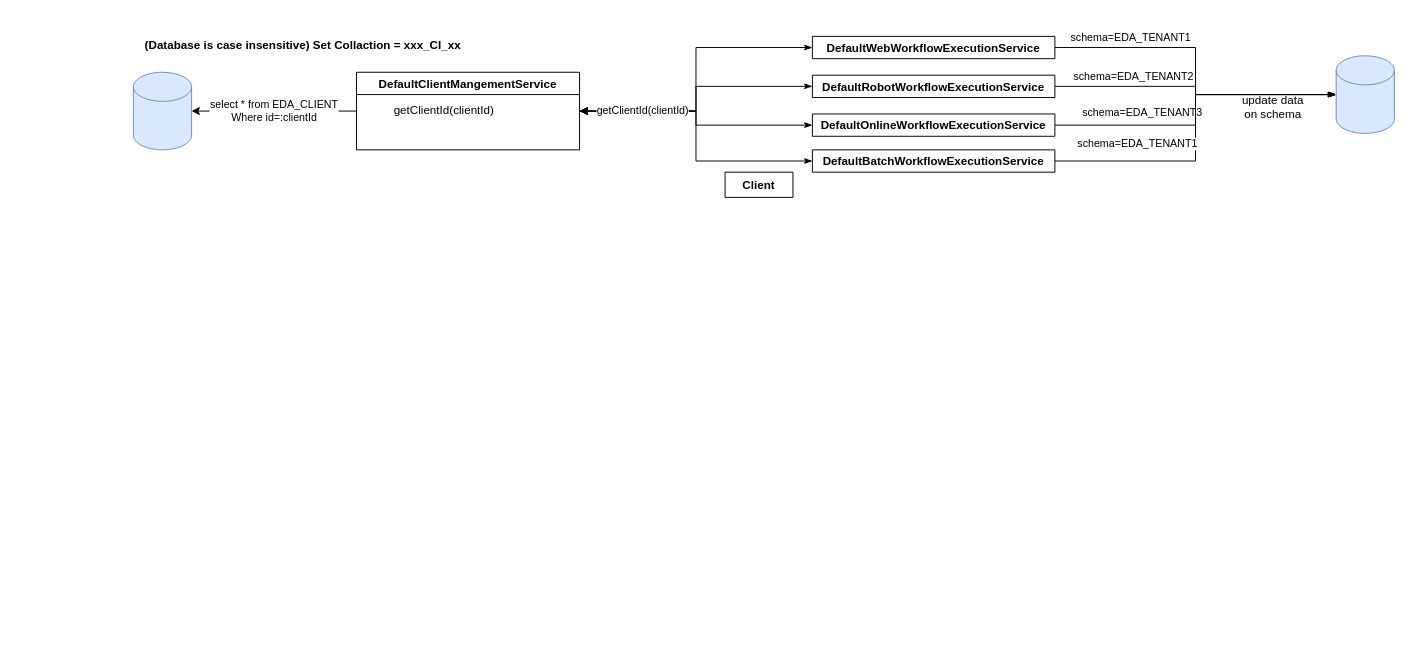
Before: BPS-Client-ID-Usage.drawio in cjjian/Diagram, a draw.io diagram. Source tidied: cells renumbered, new cells numbered last; positions are measured from the earlier drawing's top-left corner, leaving out a move shared by most shapes. Both pictures are drawn from the tidied source at 97%, with x=0, y=0 at pixel (133, 36).
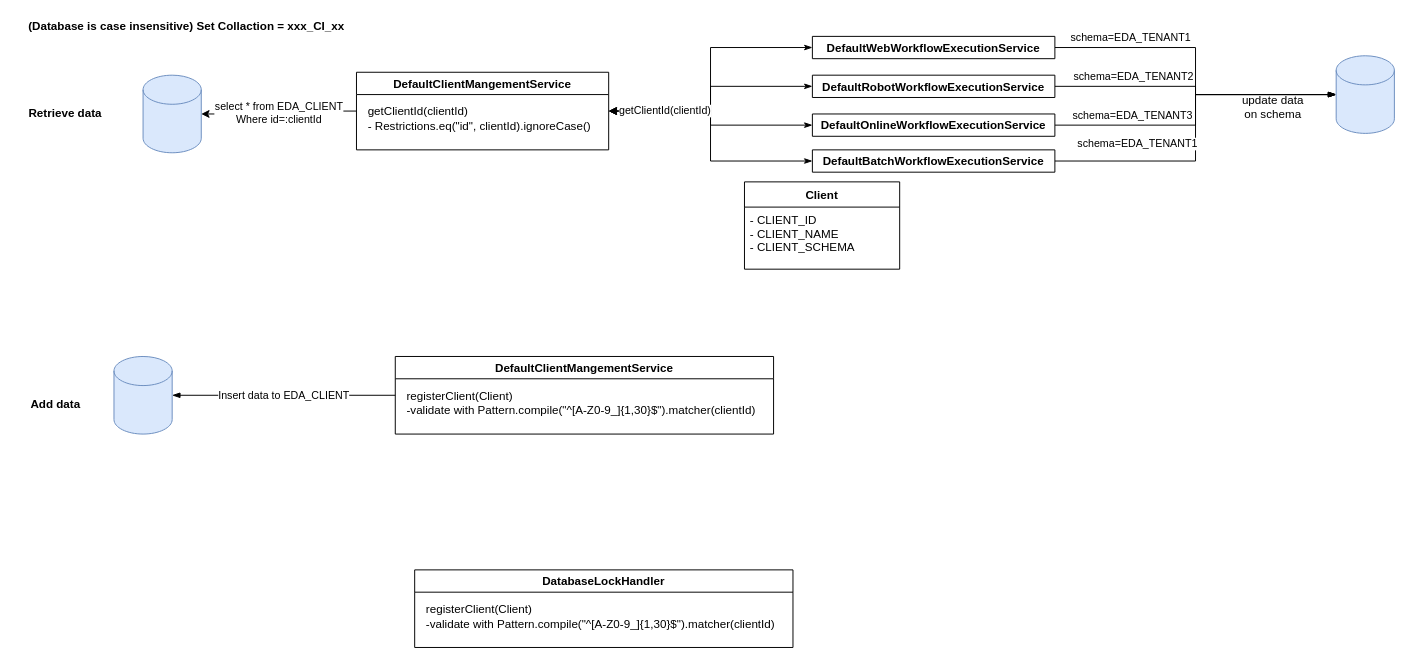
After the change.

The change refers to these unchanged cells:
```xml
<mxCell id="13" value="DefaultOnlineWorkflowExecutionService" style="swimlane;" parent="1" vertex="1" collapsed="1">
  <mxGeometry x="700" y="80" width="250" height="23" as="geometry" />
</mxCell>
<mxCell id="19" style="shape=cylinder3;whiteSpace=wrap;html=1;boundedLbl=1;backgroundOutline=1;size=15;align=left;fillColor=#dae8fc;strokeColor=#6c8ebf;" parent="1" vertex="1">
  <mxGeometry x="1240" y="20" width="60" height="80" as="geometry" />
</mxCell>
```

Diff of the diagram source:
```diff
@@
-    <mxCell id="3" value="DefaultClientMangementService" style="swimlane;" parent="1" vertex="1">
-      <mxGeometry x="230" y="37" width="230" height="80" as="geometry" />
+    <mxCell id="3" value="DefaultClientMangementService" style="swimlane;align=center;" parent="1" vertex="1">
+      <mxGeometry x="230" y="37" width="260" height="80" as="geometry" />
     </mxCell>
-    <mxCell id="4" value="getClientId(clientId)" style="text;html=1;align=center;verticalAlign=middle;" parent="3" vertex="1">
-      <mxGeometry x="30" y="30" width="120" height="20" as="geometry" />
+    <mxCell id="4" value="getClientId(clientId)&lt;br&gt;- Restrictions.eq(&quot;id&quot;, clientId).ignoreCase()" style="text;html=1;align=left;verticalAlign=middle;" parent="3" vertex="1">
+      <mxGeometry x="10" y="33" width="250" height="30" as="geometry" />
     </mxCell>
@@
     <mxCell id="12" value="schema=EDA_TENANT3" style="edgeStyle=orthogonalEdgeStyle;rounded=0;jettySize=auto;html=1;entryX=0;entryY=0.5;entryDx=0;entryDy=0;entryPerimeter=0;startArrow=none;startFill=0;endArrow=blockThin;endFill=1;" parent="1" edge="1" source="13" target="19">
-      <mxGeometry x="-0.02" y="55" relative="1" as="geometry" />
+      <mxGeometry x="-0.03" y="65" relative="1" as="geometry">
+        <mxPoint y="1" as="offset" />
+      </mxGeometry>
     </mxCell>
@@
     <mxCell id="17" style="shape=cylinder3;whiteSpace=wrap;html=1;boundedLbl=1;backgroundOutline=1;size=15;align=left;fillColor=#dae8fc;strokeColor=#6c8ebf;" parent="1" vertex="1">
-      <mxGeometry y="37" width="60" height="80" as="geometry" />
+      <mxGeometry x="10" y="40" width="60" height="80" as="geometry" />
     </mxCell>
-    <mxCell id="18" value="Client" style="swimlane;fontStyle=1;align=center;verticalAlign=top;horizontal=1;startSize=26;" parent="1" vertex="1" collapsed="1">
-      <mxGeometry x="610" y="140" width="70" height="26" as="geometry" />
-    </mxCell>
@@
     <mxCell id="21" value="(Database is case insensitive) Set Collaction = xxx_CI_xx" style="text;html=1;strokeColor=none;fillColor=none;align=center;verticalAlign=middle;whiteSpace=wrap;rounded=0;fontStyle=1;" parent="1" vertex="1">
-      <mxGeometry width="350" height="20" as="geometry" />
+      <mxGeometry x="-120" y="-20" width="350" height="20" as="geometry" />
     </mxCell>
+    <mxCell id="22" value="Retrieve data" style="text;html=1;strokeColor=none;fillColor=none;align=center;verticalAlign=middle;whiteSpace=wrap;rounded=0;fontStyle=1;" parent="1" vertex="1">
+      <mxGeometry x="-110" y="70" width="80" height="20" as="geometry" />
+    </mxCell>
+    <mxCell id="23" style="shape=cylinder3;whiteSpace=wrap;html=1;boundedLbl=1;backgroundOutline=1;size=15;align=left;fillColor=#dae8fc;strokeColor=#6c8ebf;" parent="1" vertex="1">
+      <mxGeometry x="-20" y="330" width="60" height="80" as="geometry" />
+    </mxCell>
+    <mxCell id="24" value="Insert data to EDA_CLIENT" style="edgeStyle=orthogonalEdgeStyle;rounded=0;jettySize=auto;html=1;entryX=1;entryY=0.5;entryDx=0;entryDy=0;entryPerimeter=0;startArrow=none;startFill=0;endArrow=blockThin;endFill=1;" parent="1" edge="1" source="25" target="23">
+      <mxGeometry relative="1" as="geometry" />
+    </mxCell>
+    <mxCell id="25" value="DefaultClientMangementService" style="swimlane;align=center;" parent="1" vertex="1">
+      <mxGeometry x="270" y="330" width="390" height="80" as="geometry" />
+    </mxCell>
+    <mxCell id="26" value="registerClient(Client)&lt;br&gt;-validate with Pattern.compile(&quot;^[A-Z0-9_]{1,30}$&quot;).matcher(clientId)" style="text;html=1;align=left;verticalAlign=middle;" parent="25" vertex="1">
+      <mxGeometry x="10" y="33" width="380" height="30" as="geometry" />
+    </mxCell>
+    <mxCell id="27" value="Add data" style="text;html=1;strokeColor=none;fillColor=none;align=center;verticalAlign=middle;whiteSpace=wrap;rounded=0;fontStyle=1;" parent="1" vertex="1">
+      <mxGeometry x="-120" y="370" width="80" height="20" as="geometry" />
+    </mxCell>
+    <mxCell id="18" value="Client" style="swimlane;fontStyle=1;align=center;verticalAlign=top;horizontal=1;startSize=26;" parent="1" vertex="1">
+      <mxGeometry x="630" y="150" width="160" height="90" as="geometry" />
+    </mxCell>
+    <mxCell id="28" value="- CLIENT_ID&#10;- CLIENT_NAME&#10;- CLIENT_SCHEMA " style="text;strokeColor=none;fillColor=none;align=left;verticalAlign=top;spacingLeft=4;spacingRight=4;overflow=hidden;" parent="18" vertex="1">
+      <mxGeometry y="26" width="160" height="64" as="geometry" />
+    </mxCell>
+    <mxCell id="29" value="DatabaseLockHandler" style="swimlane;align=center;" parent="1" vertex="1">
+      <mxGeometry x="290" y="550" width="390" height="80" as="geometry" />
+    </mxCell>
+    <mxCell id="30" value="registerClient(Client)&lt;br&gt;-validate with Pattern.compile(&quot;^[A-Z0-9_]{1,30}$&quot;).matcher(clientId)" style="text;html=1;align=left;verticalAlign=middle;" parent="29" vertex="1">
+      <mxGeometry x="10" y="33" width="380" height="30" as="geometry" />
+    </mxCell>
```
